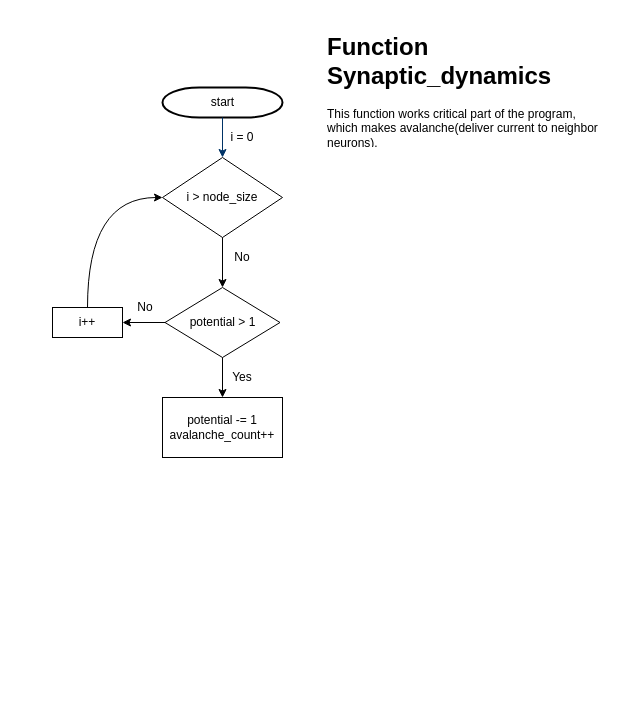
The draw.io diagram Untitled Diagram.drawio in stripy1026/LHG, before the edit. Source tidied: cells renumbered, new cells numbered last; positions are measured from the earlier drawing's top-left corner, leaving out a move shared by most shapes. Both pictures are drawn from the tidied source at 100%, with x=0, y=0 at pixel (52, 27).
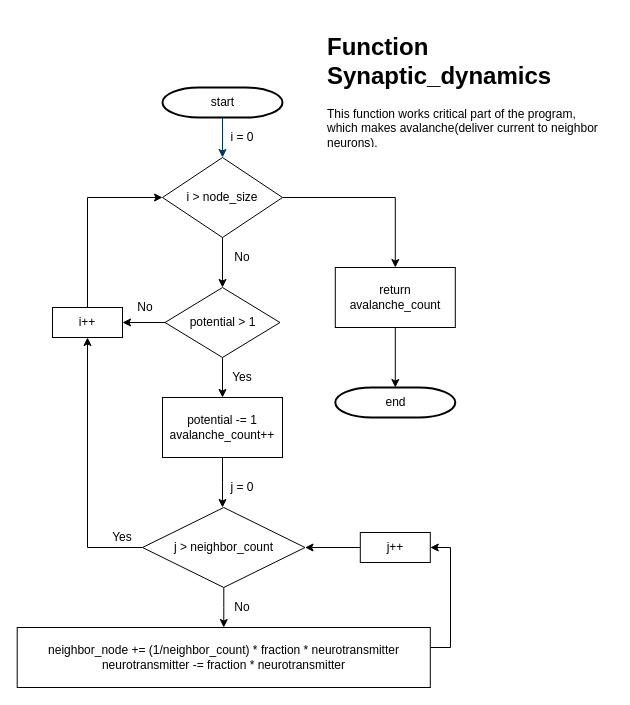
Above is the later version.

Unchanged cells that the change refers to:
```xml
<mxCell id="4" value="i &amp;gt; node_size" style="rhombus;whiteSpace=wrap;html=1;" parent="1" vertex="1">
  <mxGeometry x="110" y="130" width="120" height="80" as="geometry" />
</mxCell>
<mxCell id="9" value="i++" style="rounded=0;whiteSpace=wrap;html=1;" parent="1" vertex="1">
  <mxGeometry y="280" width="70" height="30" as="geometry" />
</mxCell>
<mxCell id="13" value="potential -= 1&lt;br&gt;avalanche_count++" style="rounded=0;whiteSpace=wrap;html=1;" parent="1" vertex="1">
  <mxGeometry x="110" y="370" width="120" height="60" as="geometry" />
</mxCell>
```

What changed in the source:
```diff
@@
+    <mxCell id="17" style="edgeStyle=orthogonalEdgeStyle;rounded=0;jettySize=auto;html=1;entryX=0.5;entryY=0;entryDx=0;entryDy=0;" parent="1" edge="1" source="4" target="30">
+      <mxGeometry relative="1" as="geometry" />
+    </mxCell>
@@
+    <mxCell id="11" style="edgeStyle=orthogonalEdgeStyle;rounded=0;jettySize=auto;html=1;entryX=0;entryY=0.5;entryDx=0;entryDy=0;" parent="1" edge="1" source="9" target="4">
+      <mxGeometry relative="1" as="geometry">
+        <Array as="points">
+          <mxPoint x="35" y="170" />
+        </Array>
+      </mxGeometry>
+    </mxCell>
@@
-    <mxCell id="11" style="curved=1;endArrow=classic;html=1;exitX=0.5;exitY=0;exitDx=0;exitDy=0;entryX=0;entryY=0.5;entryDx=0;entryDy=0;entryPerimeter=0;" parent="1" edge="1" source="9" target="4">
-      <mxGeometry relative="1" as="geometry">
-        <Array as="points">
-          <mxPoint x="35" y="170" />
-        </Array>
-      </mxGeometry>
-    </mxCell>
@@
+    <mxCell id="18" style="edgeStyle=orthogonalEdgeStyle;rounded=0;jettySize=auto;html=1;" parent="1" edge="1" source="13">
+      <mxGeometry relative="1" as="geometry">
+        <mxPoint x="170" y="480" as="targetPoint" />
+      </mxGeometry>
+    </mxCell>
@@
+    <mxCell id="19" style="edgeStyle=orthogonalEdgeStyle;rounded=0;jettySize=auto;html=1;entryX=0.5;entryY=0;entryDx=0;entryDy=0;" parent="1" edge="1" source="21" target="24">
+      <mxGeometry relative="1" as="geometry" />
+    </mxCell>
+    <mxCell id="20" style="edgeStyle=orthogonalEdgeStyle;rounded=0;jettySize=auto;html=1;entryX=0.5;entryY=1;entryDx=0;entryDy=0;" parent="1" edge="1" source="21" target="9">
+      <mxGeometry relative="1" as="geometry" />
+    </mxCell>
+    <mxCell id="21" value="j &amp;gt; neighbor_count" style="rhombus;whiteSpace=wrap;html=1;" parent="1" vertex="1">
+      <mxGeometry x="90" y="480" width="162.5" height="80" as="geometry" />
+    </mxCell>
+    <mxCell id="22" value="j = 0" style="text;html=1;strokeColor=none;fillColor=none;align=center;verticalAlign=middle;whiteSpace=wrap;rounded=0;" parent="1" vertex="1">
+      <mxGeometry x="170" y="450" width="40" height="20" as="geometry" />
+    </mxCell>
+    <mxCell id="23" style="edgeStyle=orthogonalEdgeStyle;rounded=0;jettySize=auto;html=1;entryX=1;entryY=0.5;entryDx=0;entryDy=0;" parent="1" edge="1" source="24" target="28">
+      <mxGeometry relative="1" as="geometry">
+        <Array as="points">
+          <mxPoint x="398" y="620" />
+          <mxPoint x="398" y="520" />
+        </Array>
+      </mxGeometry>
+    </mxCell>
+    <mxCell id="24" value="neighbor_node += (1/neighbor_count) * fraction * neurotransmitter&lt;br&gt;neurotransmitter -= fraction * neurotransmitter&lt;br&gt;" style="rounded=0;whiteSpace=wrap;html=1;" parent="1" vertex="1">
+      <mxGeometry x="-35.3" y="600" width="413.1" height="60" as="geometry" />
+    </mxCell>
+    <mxCell id="25" value="No" style="text;html=1;strokeColor=none;fillColor=none;align=center;verticalAlign=middle;whiteSpace=wrap;rounded=0;" parent="1" vertex="1">
+      <mxGeometry x="170" y="570" width="40" height="20" as="geometry" />
+    </mxCell>
+    <mxCell id="26" value="Yes" style="text;html=1;strokeColor=none;fillColor=none;align=center;verticalAlign=middle;whiteSpace=wrap;rounded=0;" parent="1" vertex="1">
+      <mxGeometry x="50" y="500" width="40" height="20" as="geometry" />
+    </mxCell>
+    <mxCell id="27" style="edgeStyle=orthogonalEdgeStyle;rounded=0;jettySize=auto;html=1;entryX=1;entryY=0.5;entryDx=0;entryDy=0;" parent="1" edge="1" source="28" target="21">
+      <mxGeometry relative="1" as="geometry" />
+    </mxCell>
+    <mxCell id="28" value="j++" style="rounded=0;whiteSpace=wrap;html=1;" parent="1" vertex="1">
+      <mxGeometry x="307.8" y="505" width="70" height="30" as="geometry" />
+    </mxCell>
+    <mxCell id="29" style="edgeStyle=orthogonalEdgeStyle;rounded=0;jettySize=auto;html=1;entryX=0.5;entryY=0;entryDx=0;entryDy=0;entryPerimeter=0;" parent="1" edge="1" source="30" target="31">
+      <mxGeometry relative="1" as="geometry" />
+    </mxCell>
+    <mxCell id="30" value="return avalanche_count" style="rounded=0;whiteSpace=wrap;html=1;" parent="1" vertex="1">
+      <mxGeometry x="282.8" y="240" width="120" height="60" as="geometry" />
+    </mxCell>
+    <mxCell id="31" value="end" style="shape=mxgraph.flowchart.terminator;strokeWidth=2;gradientColor=none;gradientDirection=north;fontStyle=0;html=1;" parent="1" vertex="1">
+      <mxGeometry x="282.8" y="360" width="120" height="30" as="geometry" />
+    </mxCell>
```
